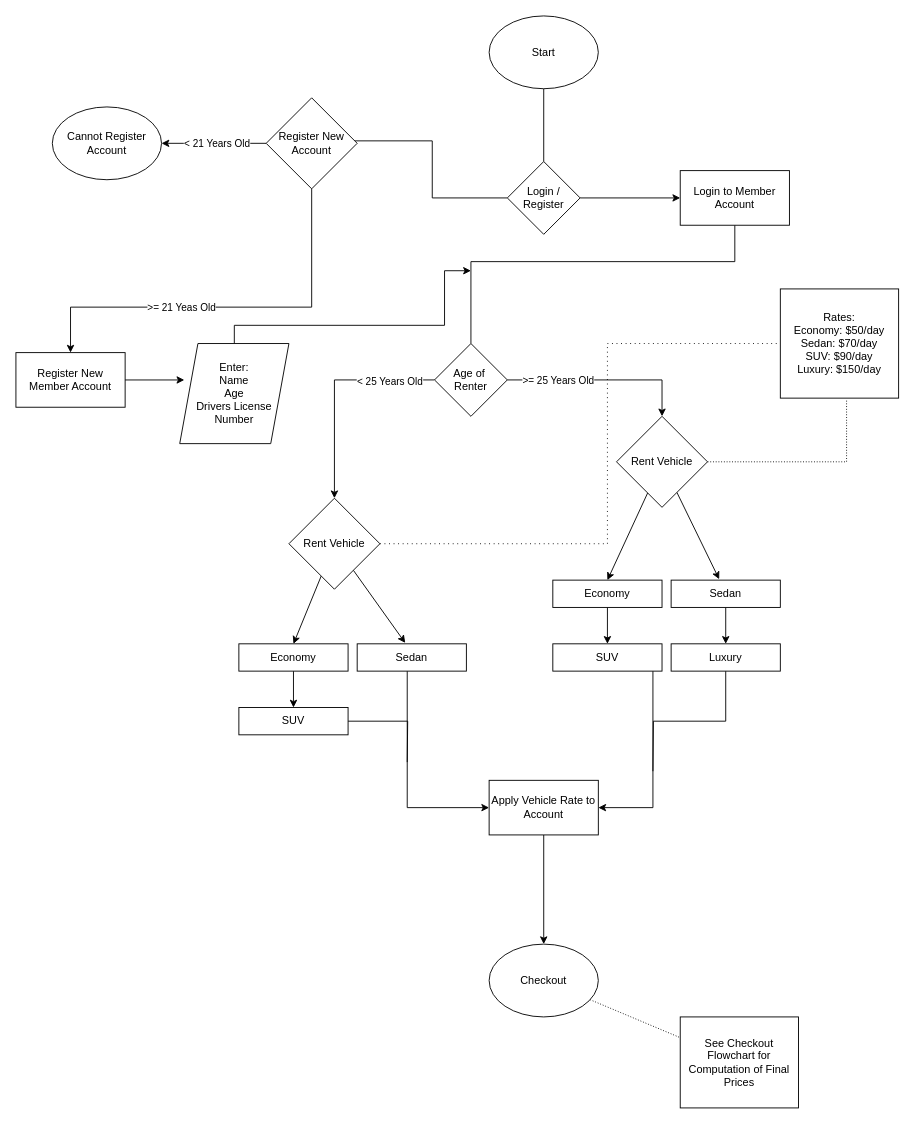
Earlier version of the draw.io diagram Milestone0.2/[Member Log in and Registration] and [Car Rental Process] Flowchart.drawio (Ivanq50/CptS422Project). Source tidied: cells renumbered, new cells numbered last; positions are measured from the earlier drawing's top-left corner, leaving out a move shared by most shapes. Both pictures are drawn from the tidied source at 91%, with x=0, y=0 at pixel (15, 15).
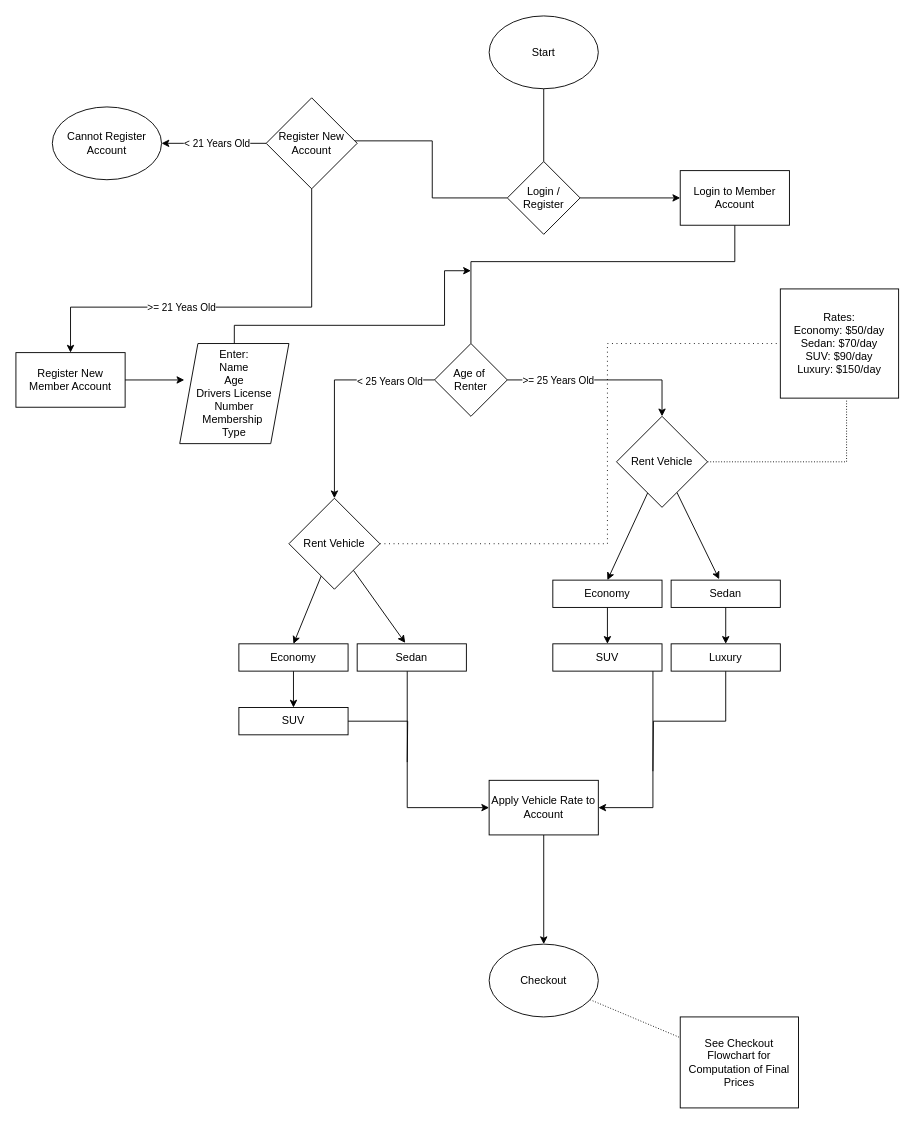
The same diagram, later.

Commit message (it also covers changes not shown here):
[Member Log in and Registration] and [Car Rental Process] Flowchart Completed [Update Account Registration List]

Diff of the diagram source:
```diff
@@
-    <mxCell id="47" value="Enter:&lt;div&gt;Name&lt;/div&gt;&lt;div&gt;Age&lt;/div&gt;&lt;div&gt;Drivers License Number&lt;/div&gt;" style="shape=parallelogram;perimeter=parallelogramPerimeter;whiteSpace=wrap;html=1;fixedSize=1;" parent="1" vertex="1">
+    <mxCell id="47" value="Enter:&lt;div&gt;Name&lt;/div&gt;&lt;div&gt;Age&lt;/div&gt;&lt;div&gt;Drivers License Number&lt;/div&gt;&lt;div&gt;Membership&amp;nbsp;&lt;/div&gt;&lt;div&gt;Type&lt;/div&gt;" style="shape=parallelogram;perimeter=parallelogramPerimeter;whiteSpace=wrap;html=1;fixedSize=1;" parent="1" vertex="1">
       <mxGeometry x="180" y="360" width="120" height="110" as="geometry" />
     </mxCell>
```
